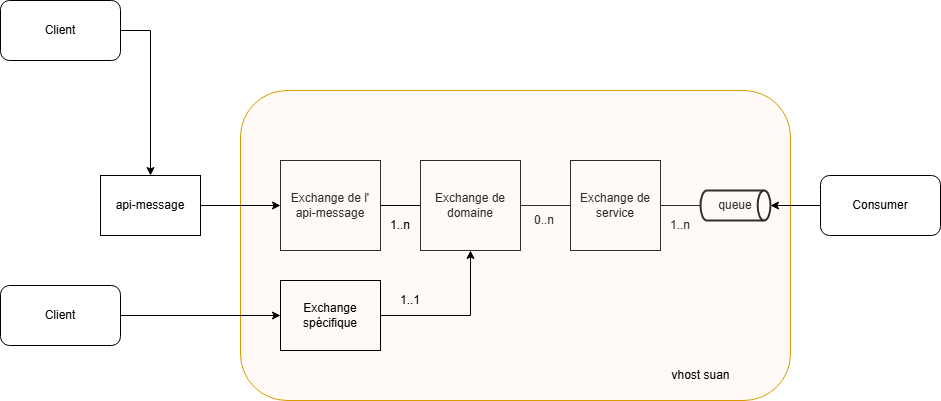
Before: drawio/diagramme AR2.drawio.png, a diagram exported from draw.io (sarraz1/csau). Source tidied: cells renumbered, new cells last; positions are measured from the earlier drawing's top-left corner, leaving out a move shared by most shapes.
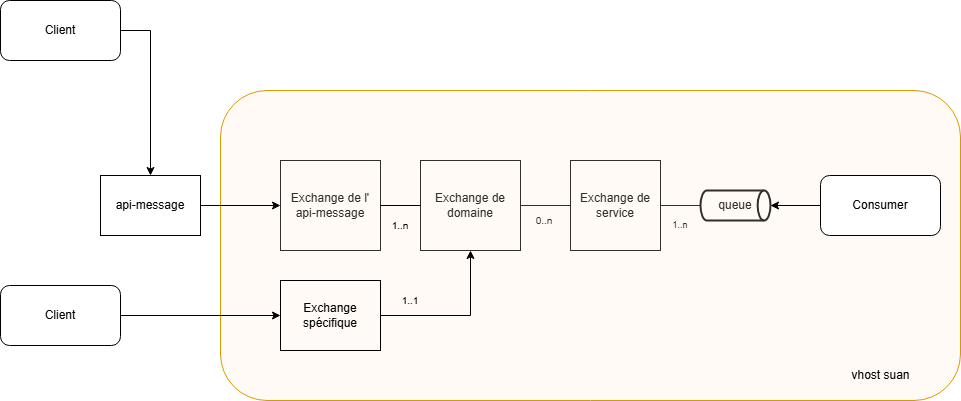
After the change.

Commit message:
Mettre à jour diagramme AR2.drawio.png

Diff of the diagram source:
```diff
@@ -14,25 +14,25 @@
     <mxCell id="5" style="endArrow=none;html=1;rounded=0;entryX=0;entryY=0.5;entryDx=0;entryDy=0;exitX=1;exitY=0.5;exitDx=0;exitDy=0;" parent="1" edge="1" source="3" target="2">
       <mxGeometry relative="1" as="geometry" />
     </mxCell>
-    <mxCell id="6" value="0..n" style="text;html=1;align=center;verticalAlign=middle;whiteSpace=wrap;rounded=0;" parent="1" vertex="1">
+    <mxCell id="6" value="0..n" style="text;html=1;align=center;verticalAlign=middle;whiteSpace=wrap;rounded=0;fontSize=10;" parent="1" vertex="1">
       <mxGeometry x="514" y="205" width="60" height="30" as="geometry" />
     </mxCell>
     <mxCell id="7" value="queue" style="strokeWidth=2;html=1;shape=mxgraph.flowchart.direct_data;whiteSpace=wrap;" parent="1" vertex="1">
       <mxGeometry x="700" y="190" width="70" height="30" as="geometry" />
     </mxCell>
-    <mxCell id="8" value="1..n" style="text;html=1;align=center;verticalAlign=middle;whiteSpace=wrap;rounded=0;" parent="1" vertex="1">
+    <mxCell id="8" value="1..n" style="text;html=1;align=center;verticalAlign=middle;whiteSpace=wrap;rounded=0;fontSize=9;" parent="1" vertex="1">
       <mxGeometry x="650" y="210" width="60" height="30" as="geometry" />
     </mxCell>
     <mxCell id="9" style="endArrow=none;html=1;rounded=0;entryX=0;entryY=0.5;entryDx=0;entryDy=0;entryPerimeter=0;exitX=1;exitY=0.5;exitDx=0;exitDy=0;" parent="1" edge="1" source="2" target="7">
       <mxGeometry relative="1" as="geometry" />
     </mxCell>
     <mxCell id="10" style="rounded=1;whiteSpace=wrap;html=1;fillColor=#ffe6cc;strokeColor=#d79b00;strokeOpacity=100;fillOpacity=20;" parent="1" vertex="1">
-      <mxGeometry x="240" y="90" width="550" height="310" as="geometry" />
+      <mxGeometry x="220" y="90" width="740" height="310" as="geometry" />
     </mxCell>
     <mxCell id="11" style="endArrow=none;html=1;rounded=0;exitX=1;exitY=0.5;exitDx=0;exitDy=0;entryX=0;entryY=0.5;entryDx=0;entryDy=0;" parent="1" edge="1" source="4" target="3">
       <mxGeometry relative="1" as="geometry" />
     </mxCell>
-    <mxCell id="12" value="1..n" style="text;html=1;align=center;verticalAlign=middle;whiteSpace=wrap;rounded=0;" parent="1" vertex="1">
+    <mxCell id="12" value="1..n" style="text;html=1;align=center;verticalAlign=middle;whiteSpace=wrap;rounded=0;fontSize=10;" parent="1" vertex="1">
       <mxGeometry x="370" y="210" width="60" height="30" as="geometry" />
     </mxCell>
     <mxCell id="13" style="edgeStyle=orthogonalEdgeStyle;rounded=0;jettySize=auto;html=1;" parent="1" edge="1" source="14" target="3">
@@ -62,7 +62,7 @@
     <mxCell id="21" value="Client" style="rounded=1;whiteSpace=wrap;html=1;" parent="1" vertex="1">
       <mxGeometry y="285" width="120" height="60" as="geometry" />
     </mxCell>
-    <mxCell id="22" value="1..1" style="text;html=1;align=center;verticalAlign=middle;whiteSpace=wrap;rounded=0;" parent="1" vertex="1">
+    <mxCell id="22" value="1..1" style="text;html=1;align=center;verticalAlign=middle;whiteSpace=wrap;rounded=0;fontSize=10;" parent="1" vertex="1">
       <mxGeometry x="380" y="285" width="60" height="30" as="geometry" />
     </mxCell>
     <mxCell id="23" value="Consumer" style="rounded=1;whiteSpace=wrap;html=1;" parent="1" vertex="1">
@@ -72,7 +72,7 @@
       <mxGeometry relative="1" as="geometry" />
     </mxCell>
     <mxCell id="25" value="vhost suan" style="text;html=1;align=center;verticalAlign=middle;strokeColor=none;fillColor=none;" parent="1" vertex="1">
-      <mxGeometry x="660" y="360" width="80" height="30" as="geometry" />
+      <mxGeometry x="840" y="360" width="80" height="30" as="geometry" />
     </mxCell>
   </root>
 </mxGraphModel>
```
